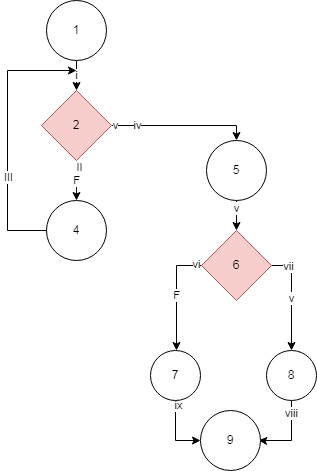
Shadwws/ESTEEE keeps this draw.io diagram as grafos/Grafo_Multi_Y_divi.drawio.png. Above is the earlier version. Source tidied: cells renumbered, new cells last; positions are measured from the earlier drawing's top-left corner, leaving out a move shared by most shapes. The source it was exported from:
```xml
<mxGraphModel>
  <root>
    <mxCell id="0" />
    <mxCell id="1" parent="0" />
    <mxCell id="2" value="i" style="edgeStyle=orthogonalEdgeStyle;rounded=0;jettySize=auto;html=1;" parent="1" edge="1" source="3" target="9">
      <mxGeometry relative="1" as="geometry" />
    </mxCell>
    <mxCell id="3" value="1" style="ellipse;whiteSpace=wrap;html=1;" parent="1" vertex="1">
      <mxGeometry x="39" width="60" height="60" as="geometry" />
    </mxCell>
    <mxCell id="4" value="F" style="edgeStyle=orthogonalEdgeStyle;rounded=0;jettySize=auto;html=1;" parent="1" edge="1" source="9" target="12">
      <mxGeometry relative="1" as="geometry" />
    </mxCell>
    <mxCell id="5" value="II" style="edgeLabel;html=1;align=center;verticalAlign=middle;" parent="4" vertex="1">
      <mxGeometry x="-0.72" y="2" relative="1" as="geometry" />
    </mxCell>
    <mxCell id="6" style="edgeStyle=orthogonalEdgeStyle;rounded=0;jettySize=auto;html=1;" parent="1" edge="1" source="9" target="15">
      <mxGeometry relative="1" as="geometry">
        <Array as="points">
          <mxPoint x="229" y="125" />
        </Array>
      </mxGeometry>
    </mxCell>
    <mxCell id="7" value="v" style="edgeLabel;html=1;align=center;verticalAlign=middle;" parent="6" vertex="1">
      <mxGeometry x="-0.96" y="1" relative="1" as="geometry" />
    </mxCell>
    <mxCell id="8" value="iv" style="edgeLabel;html=1;align=center;verticalAlign=middle;" parent="6" vertex="1">
      <mxGeometry x="-0.88" y="1" relative="1" as="geometry">
        <mxPoint x="16" as="offset" />
      </mxGeometry>
    </mxCell>
    <mxCell id="9" value="2" style="rhombus;whiteSpace=wrap;html=1;fillColor=#f8cecc;strokeColor=#b85450;" parent="1" vertex="1">
      <mxGeometry x="34" y="90" width="70" height="70" as="geometry" />
    </mxCell>
    <mxCell id="10" style="edgeStyle=orthogonalEdgeStyle;rounded=0;jettySize=auto;html=1;" parent="1" edge="1" source="12">
      <mxGeometry relative="1" as="geometry">
        <mxPoint x="69" y="70" as="targetPoint" />
        <Array as="points">
          <mxPoint y="230" />
          <mxPoint y="70" />
          <mxPoint x="69" y="70" />
        </Array>
      </mxGeometry>
    </mxCell>
    <mxCell id="11" value="III" style="edgeLabel;html=1;align=center;verticalAlign=middle;" parent="10" vertex="1">
      <mxGeometry x="-0.3" relative="1" as="geometry" />
    </mxCell>
    <mxCell id="12" value="4" style="ellipse;whiteSpace=wrap;html=1;" parent="1" vertex="1">
      <mxGeometry x="39" y="200" width="60" height="60" as="geometry" />
    </mxCell>
    <mxCell id="13" style="edgeStyle=orthogonalEdgeStyle;rounded=0;jettySize=auto;html=1;" parent="1" edge="1" source="15" target="20">
      <mxGeometry relative="1" as="geometry" />
    </mxCell>
    <mxCell id="14" value="v" style="edgeLabel;html=1;align=center;verticalAlign=middle;" parent="13" vertex="1">
      <mxGeometry x="-0.72" y="-1" relative="1" as="geometry" />
    </mxCell>
    <mxCell id="15" value="5" style="ellipse;whiteSpace=wrap;html=1;" parent="1" vertex="1">
      <mxGeometry x="199" y="140" width="60" height="60" as="geometry" />
    </mxCell>
    <mxCell id="16" value="F" style="edgeStyle=orthogonalEdgeStyle;rounded=0;jettySize=auto;html=1;" parent="1" edge="1" source="20">
      <mxGeometry relative="1" as="geometry">
        <mxPoint x="169" y="350" as="targetPoint" />
        <Array as="points">
          <mxPoint x="169" y="265" />
          <mxPoint x="169" y="350" />
        </Array>
      </mxGeometry>
    </mxCell>
    <mxCell id="17" value="vi" style="edgeLabel;html=1;align=center;verticalAlign=middle;" parent="16" vertex="1">
      <mxGeometry x="-0.89" y="-2" relative="1" as="geometry" />
    </mxCell>
    <mxCell id="18" value="v" style="edgeStyle=orthogonalEdgeStyle;rounded=0;jettySize=auto;html=1;" parent="1" edge="1" source="20">
      <mxGeometry relative="1" as="geometry">
        <mxPoint x="284" y="350" as="targetPoint" />
        <Array as="points">
          <mxPoint x="284" y="265" />
        </Array>
      </mxGeometry>
    </mxCell>
    <mxCell id="19" value="vii" style="edgeLabel;html=1;align=center;verticalAlign=middle;" parent="18" vertex="1">
      <mxGeometry x="-0.7" relative="1" as="geometry" />
    </mxCell>
    <mxCell id="20" value="6" style="rhombus;whiteSpace=wrap;html=1;fillColor=#f8cecc;strokeColor=#b85450;" parent="1" vertex="1">
      <mxGeometry x="194" y="230" width="70" height="70" as="geometry" />
    </mxCell>
    <mxCell id="21" style="edgeStyle=orthogonalEdgeStyle;rounded=0;jettySize=auto;html=1;" parent="1" edge="1" source="23" target="27">
      <mxGeometry relative="1" as="geometry">
        <Array as="points">
          <mxPoint x="168" y="440" />
        </Array>
      </mxGeometry>
    </mxCell>
    <mxCell id="22" value="ix" style="edgeLabel;html=1;align=center;verticalAlign=middle;" parent="21" vertex="1">
      <mxGeometry x="-0.89" y="2" relative="1" as="geometry" />
    </mxCell>
    <mxCell id="23" value="7" style="ellipse;whiteSpace=wrap;html=1;" parent="1" vertex="1">
      <mxGeometry x="143" y="350" width="50" height="50" as="geometry" />
    </mxCell>
    <mxCell id="24" style="edgeStyle=orthogonalEdgeStyle;rounded=0;jettySize=auto;html=1;entryX=0.97;entryY=0.496;entryDx=0;entryDy=0;entryPerimeter=0;" parent="1" edge="1" source="26" target="27">
      <mxGeometry relative="1" as="geometry">
        <Array as="points">
          <mxPoint x="284" y="440" />
          <mxPoint x="254" y="440" />
        </Array>
      </mxGeometry>
    </mxCell>
    <mxCell id="25" value="viii" style="edgeLabel;html=1;align=center;verticalAlign=middle;" parent="24" vertex="1">
      <mxGeometry x="-0.67" y="-1" relative="1" as="geometry" />
    </mxCell>
    <mxCell id="26" value="8" style="ellipse;whiteSpace=wrap;html=1;" parent="1" vertex="1">
      <mxGeometry x="259" y="350" width="50" height="50" as="geometry" />
    </mxCell>
    <mxCell id="27" value="9" style="ellipse;whiteSpace=wrap;html=1;" parent="1" vertex="1">
      <mxGeometry x="193" y="410" width="60" height="60" as="geometry" />
    </mxCell>
  </root>
</mxGraphModel>
```
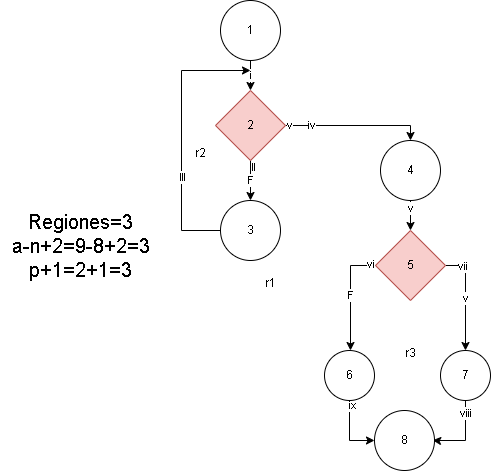
After the commit.

Commit message:
arreglo de archivos

Diff of the diagram source:
```diff
@@ -45,7 +45,7 @@
     <mxCell id="11" value="III" style="edgeLabel;html=1;align=center;verticalAlign=middle;" parent="10" vertex="1">
       <mxGeometry x="-0.3" relative="1" as="geometry" />
     </mxCell>
-    <mxCell id="12" value="4" style="ellipse;whiteSpace=wrap;html=1;" parent="1" vertex="1">
+    <mxCell id="12" value="3" style="ellipse;whiteSpace=wrap;html=1;" parent="1" vertex="1">
       <mxGeometry x="39" y="200" width="60" height="60" as="geometry" />
     </mxCell>
     <mxCell id="13" style="edgeStyle=orthogonalEdgeStyle;rounded=0;jettySize=auto;html=1;" parent="1" edge="1" source="15" target="20">
@@ -54,7 +54,7 @@
     <mxCell id="14" value="v" style="edgeLabel;html=1;align=center;verticalAlign=middle;" parent="13" vertex="1">
       <mxGeometry x="-0.72" y="-1" relative="1" as="geometry" />
     </mxCell>
-    <mxCell id="15" value="5" style="ellipse;whiteSpace=wrap;html=1;" parent="1" vertex="1">
+    <mxCell id="15" value="4" style="ellipse;whiteSpace=wrap;html=1;" parent="1" vertex="1">
       <mxGeometry x="199" y="140" width="60" height="60" as="geometry" />
     </mxCell>
     <mxCell id="16" value="F" style="edgeStyle=orthogonalEdgeStyle;rounded=0;jettySize=auto;html=1;" parent="1" edge="1" source="20">
@@ -80,7 +80,7 @@
     <mxCell id="19" value="vii" style="edgeLabel;html=1;align=center;verticalAlign=middle;" parent="18" vertex="1">
       <mxGeometry x="-0.7" relative="1" as="geometry" />
     </mxCell>
-    <mxCell id="20" value="6" style="rhombus;whiteSpace=wrap;html=1;fillColor=#f8cecc;strokeColor=#b85450;" parent="1" vertex="1">
+    <mxCell id="20" value="5" style="rhombus;whiteSpace=wrap;html=1;fillColor=#f8cecc;strokeColor=#b85450;" parent="1" vertex="1">
       <mxGeometry x="194" y="230" width="70" height="70" as="geometry" />
     </mxCell>
     <mxCell id="21" style="edgeStyle=orthogonalEdgeStyle;rounded=0;jettySize=auto;html=1;" parent="1" edge="1" source="23" target="27">
@@ -93,7 +93,7 @@
     <mxCell id="22" value="ix" style="edgeLabel;html=1;align=center;verticalAlign=middle;" parent="21" vertex="1">
       <mxGeometry x="-0.89" y="2" relative="1" as="geometry" />
     </mxCell>
-    <mxCell id="23" value="7" style="ellipse;whiteSpace=wrap;html=1;" parent="1" vertex="1">
+    <mxCell id="23" value="6" style="ellipse;whiteSpace=wrap;html=1;" parent="1" vertex="1">
       <mxGeometry x="143" y="350" width="50" height="50" as="geometry" />
     </mxCell>
     <mxCell id="24" style="edgeStyle=orthogonalEdgeStyle;rounded=0;jettySize=auto;html=1;entryX=0.97;entryY=0.496;entryDx=0;entryDy=0;entryPerimeter=0;" parent="1" edge="1" source="26" target="27">
@@ -107,11 +107,23 @@
     <mxCell id="25" value="viii" style="edgeLabel;html=1;align=center;verticalAlign=middle;" parent="24" vertex="1">
       <mxGeometry x="-0.67" y="-1" relative="1" as="geometry" />
     </mxCell>
-    <mxCell id="26" value="8" style="ellipse;whiteSpace=wrap;html=1;" parent="1" vertex="1">
+    <mxCell id="26" value="7" style="ellipse;whiteSpace=wrap;html=1;" parent="1" vertex="1">
       <mxGeometry x="259" y="350" width="50" height="50" as="geometry" />
     </mxCell>
-    <mxCell id="27" value="9" style="ellipse;whiteSpace=wrap;html=1;" parent="1" vertex="1">
+    <mxCell id="27" value="8" style="ellipse;whiteSpace=wrap;html=1;" parent="1" vertex="1">
       <mxGeometry x="193" y="410" width="60" height="60" as="geometry" />
     </mxCell>
+    <mxCell id="28" value="r3" style="text;html=1;align=center;verticalAlign=middle;strokeColor=none;fillColor=none;" parent="1" vertex="1">
+      <mxGeometry x="214" y="338" width="30" height="30" as="geometry" />
+    </mxCell>
+    <mxCell id="29" value="r1" style="text;html=1;align=center;verticalAlign=middle;strokeColor=none;fillColor=none;" parent="1" vertex="1">
+      <mxGeometry x="74" y="268" width="30" height="30" as="geometry" />
+    </mxCell>
+    <mxCell id="30" value="r2" style="text;html=1;align=center;verticalAlign=middle;strokeColor=none;fillColor=none;" parent="1" vertex="1">
+      <mxGeometry x="4" y="138" width="30" height="30" as="geometry" />
+    </mxCell>
+    <mxCell id="31" value="&lt;font style=&quot;font-size: 20px;&quot;&gt;Regiones=3&lt;br&gt;a-n+2=9-8+2=3&lt;br&gt;p+1=2+1=3&lt;/font&gt;" style="text;html=1;align=center;verticalAlign=middle;strokeColor=none;fillColor=none;" parent="1" vertex="1">
+      <mxGeometry x="-181" y="200" width="160" height="90" as="geometry" />
+    </mxCell>
   </root>
 </mxGraphModel>
```
